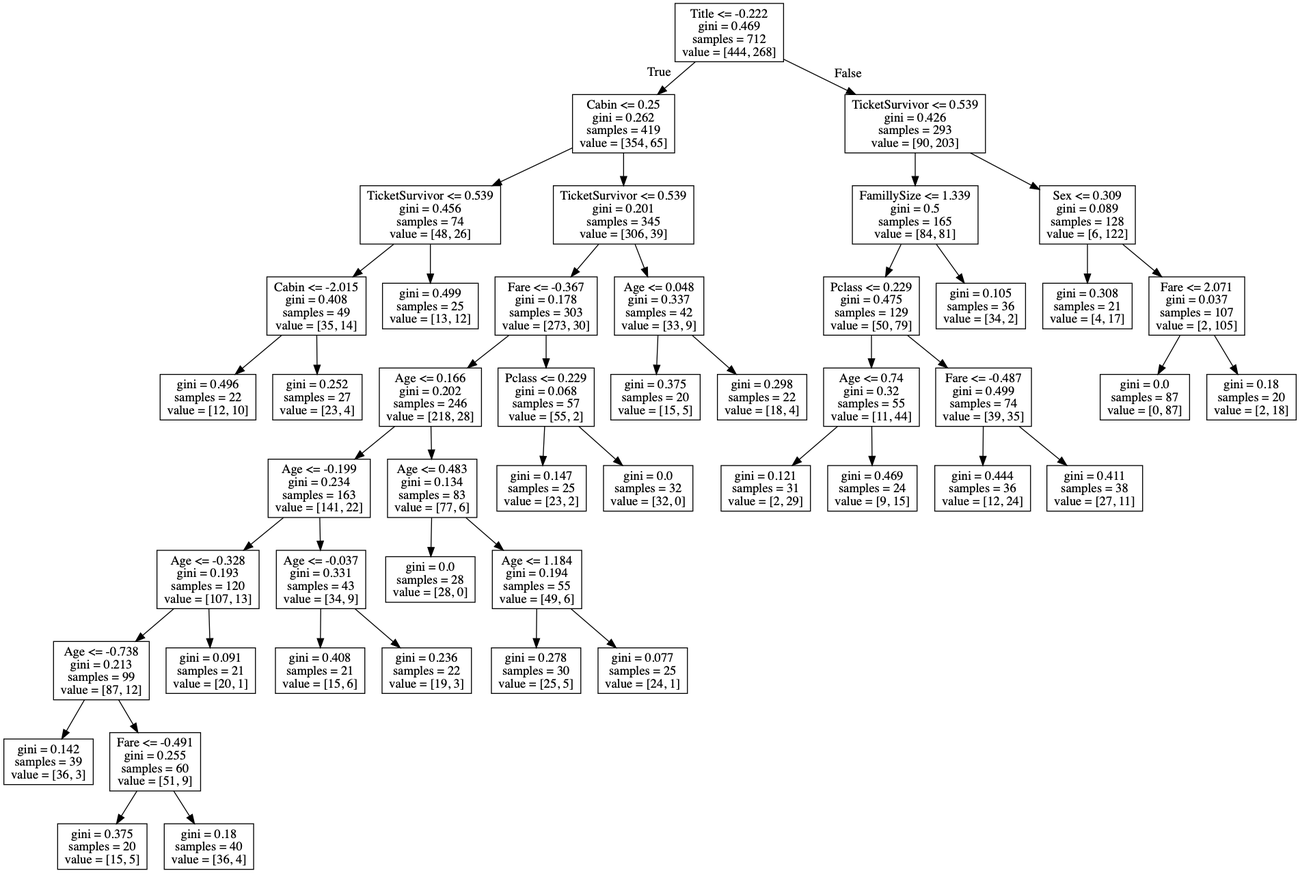
Before: titanic/dt.png, a diagram exported from Graphviz (nicohlr/kaggle). Its source is kept beside it as titanic/dt.dot.
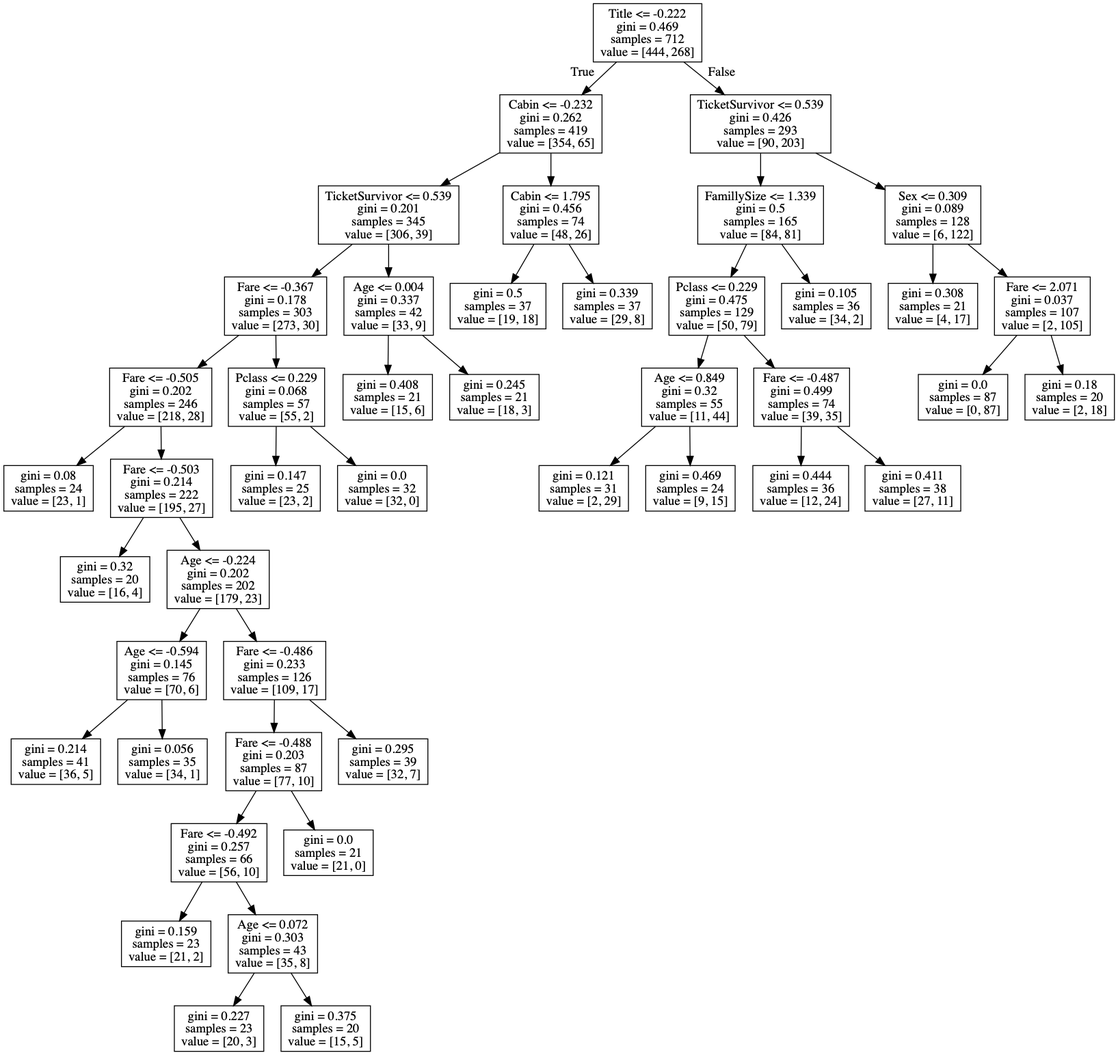
After the commit.

Change to the diagram source:
```diff
@@ -1,96 +1,92 @@
 digraph Tree {
 node [shape=box] ;
 0 [label="Title <= -0.222\ngini = 0.469\nsamples = 712\nvalue = [444, 268]"] ;
-1 [label="Cabin <= 0.25\ngini = 0.262\nsamples = 419\nvalue = [354, 65]"] ;
+1 [label="Cabin <= -0.232\ngini = 0.262\nsamples = 419\nvalue = [354, 65]"] ;
 0 -> 1 [labeldistance=2.5, labelangle=45, headlabel="True"] ;
-2 [label="TicketSurvivor <= 0.539\ngini = 0.456\nsamples = 74\nvalue = [48, 26]"] ;
+2 [label="TicketSurvivor <= 0.539\ngini = 0.201\nsamples = 345\nvalue = [306, 39]"] ;
 1 -> 2 ;
-3 [label="Cabin <= -2.015\ngini = 0.408\nsamples = 49\nvalue = [35, 14]"] ;
+3 [label="Fare <= -0.367\ngini = 0.178\nsamples = 303\nvalue = [273, 30]"] ;
 2 -> 3 ;
-4 [label="gini = 0.496\nsamples = 22\nvalue = [12, 10]"] ;
+4 [label="Fare <= -0.505\ngini = 0.202\nsamples = 246\nvalue = [218, 28]"] ;
 3 -> 4 ;
-5 [label="gini = 0.252\nsamples = 27\nvalue = [23, 4]"] ;
-3 -> 5 ;
-6 [label="gini = 0.499\nsamples = 25\nvalue = [13, 12]"] ;
-2 -> 6 ;
-7 [label="TicketSurvivor <= 0.539\ngini = 0.201\nsamples = 345\nvalue = [306, 39]"] ;
-1 -> 7 ;
-8 [label="Fare <= -0.367\ngini = 0.178\nsamples = 303\nvalue = [273, 30]"] ;
-7 -> 8 ;
-9 [label="Age <= 0.166\ngini = 0.202\nsamples = 246\nvalue = [218, 28]"] ;
+5 [label="gini = 0.08\nsamples = 24\nvalue = [23, 1]"] ;
+4 -> 5 ;
+6 [label="Fare <= -0.503\ngini = 0.214\nsamples = 222\nvalue = [195, 27]"] ;
+4 -> 6 ;
+7 [label="gini = 0.32\nsamples = 20\nvalue = [16, 4]"] ;
+6 -> 7 ;
+8 [label="Age <= -0.224\ngini = 0.202\nsamples = 202\nvalue = [179, 23]"] ;
+6 -> 8 ;
+9 [label="Age <= -0.594\ngini = 0.145\nsamples = 76\nvalue = [70, 6]"] ;
 8 -> 9 ;
-10 [label="Age <= -0.199\ngini = 0.234\nsamples = 163\nvalue = [141, 22]"] ;
+10 [label="gini = 0.214\nsamples = 41\nvalue = [36, 5]"] ;
 9 -> 10 ;
-11 [label="Age <= -0.328\ngini = 0.193\nsamples = 120\nvalue = [107, 13]"] ;
-10 -> 11 ;
-12 [label="Age <= -0.738\ngini = 0.213\nsamples = 99\nvalue = [87, 12]"] ;
-11 -> 12 ;
-13 [label="gini = 0.142\nsamples = 39\nvalue = [36, 3]"] ;
+11 [label="gini = 0.056\nsamples = 35\nvalue = [34, 1]"] ;
+9 -> 11 ;
+12 [label="Fare <= -0.486\ngini = 0.233\nsamples = 126\nvalue = [109, 17]"] ;
+8 -> 12 ;
+13 [label="Fare <= -0.488\ngini = 0.203\nsamples = 87\nvalue = [77, 10]"] ;
 12 -> 13 ;
-14 [label="Fare <= -0.491\ngini = 0.255\nsamples = 60\nvalue = [51, 9]"] ;
-12 -> 14 ;
-15 [label="gini = 0.375\nsamples = 20\nvalue = [15, 5]"] ;
+14 [label="Fare <= -0.492\ngini = 0.257\nsamples = 66\nvalue = [56, 10]"] ;
+13 -> 14 ;
+15 [label="gini = 0.159\nsamples = 23\nvalue = [21, 2]"] ;
 14 -> 15 ;
-16 [label="gini = 0.18\nsamples = 40\nvalue = [36, 4]"] ;
+16 [label="Age <= 0.072\ngini = 0.303\nsamples = 43\nvalue = [35, 8]"] ;
 14 -> 16 ;
-17 [label="gini = 0.091\nsamples = 21\nvalue = [20, 1]"] ;
-11 -> 17 ;
-18 [label="Age <= -0.037\ngini = 0.331\nsamples = 43\nvalue = [34, 9]"] ;
-10 -> 18 ;
-19 [label="gini = 0.408\nsamples = 21\nvalue = [15, 6]"] ;
-18 -> 19 ;
-20 [label="gini = 0.236\nsamples = 22\nvalue = [19, 3]"] ;
-18 -> 20 ;
-21 [label="Age <= 0.483\ngini = 0.134\nsamples = 83\nvalue = [77, 6]"] ;
-9 -> 21 ;
-22 [label="gini = 0.0\nsamples = 28\nvalue = [28, 0]"] ;
+17 [label="gini = 0.227\nsamples = 23\nvalue = [20, 3]"] ;
+16 -> 17 ;
+18 [label="gini = 0.375\nsamples = 20\nvalue = [15, 5]"] ;
+16 -> 18 ;
+19 [label="gini = 0.0\nsamples = 21\nvalue = [21, 0]"] ;
+13 -> 19 ;
+20 [label="gini = 0.295\nsamples = 39\nvalue = [32, 7]"] ;
+12 -> 20 ;
+21 [label="Pclass <= 0.229\ngini = 0.068\nsamples = 57\nvalue = [55, 2]"] ;
+3 -> 21 ;
+22 [label="gini = 0.147\nsamples = 25\nvalue = [23, 2]"] ;
 21 -> 22 ;
-23 [label="Age <= 1.184\ngini = 0.194\nsamples = 55\nvalue = [49, 6]"] ;
+23 [label="gini = 0.0\nsamples = 32\nvalue = [32, 0]"] ;
 21 -> 23 ;
-24 [label="gini = 0.278\nsamples = 30\nvalue = [25, 5]"] ;
-23 -> 24 ;
-25 [label="gini = 0.077\nsamples = 25\nvalue = [24, 1]"] ;
-23 -> 25 ;
-26 [label="Pclass <= 0.229\ngini = 0.068\nsamples = 57\nvalue = [55, 2]"] ;
-8 -> 26 ;
-27 [label="gini = 0.147\nsamples = 25\nvalue = [23, 2]"] ;
-26 -> 27 ;
-28 [label="gini = 0.0\nsamples = 32\nvalue = [32, 0]"] ;
-26 -> 28 ;
-29 [label="Age <= 0.048\ngini = 0.337\nsamples = 42\nvalue = [33, 9]"] ;
-7 -> 29 ;
-30 [label="gini = 0.375\nsamples = 20\nvalue = [15, 5]"] ;
-29 -> 30 ;
-31 [label="gini = 0.298\nsamples = 22\nvalue = [18, 4]"] ;
-29 -> 31 ;
-32 [label="TicketSurvivor <= 0.539\ngini = 0.426\nsamples = 293\nvalue = [90, 203]"] ;
-0 -> 32 [labeldistance=2.5, labelangle=-45, headlabel="False"] ;
-33 [label="FamillySize <= 1.339\ngini = 0.5\nsamples = 165\nvalue = [84, 81]"] ;
+24 [label="Age <= 0.004\ngini = 0.337\nsamples = 42\nvalue = [33, 9]"] ;
+2 -> 24 ;
+25 [label="gini = 0.408\nsamples = 21\nvalue = [15, 6]"] ;
+24 -> 25 ;
+26 [label="gini = 0.245\nsamples = 21\nvalue = [18, 3]"] ;
+24 -> 26 ;
+27 [label="Cabin <= 1.795\ngini = 0.456\nsamples = 74\nvalue = [48, 26]"] ;
+1 -> 27 ;
+28 [label="gini = 0.5\nsamples = 37\nvalue = [19, 18]"] ;
+27 -> 28 ;
+29 [label="gini = 0.339\nsamples = 37\nvalue = [29, 8]"] ;
+27 -> 29 ;
+30 [label="TicketSurvivor <= 0.539\ngini = 0.426\nsamples = 293\nvalue = [90, 203]"] ;
+0 -> 30 [labeldistance=2.5, labelangle=-45, headlabel="False"] ;
+31 [label="FamillySize <= 1.339\ngini = 0.5\nsamples = 165\nvalue = [84, 81]"] ;
+30 -> 31 ;
+32 [label="Pclass <= 0.229\ngini = 0.475\nsamples = 129\nvalue = [50, 79]"] ;
+31 -> 32 ;
+33 [label="Age <= 0.849\ngini = 0.32\nsamples = 55\nvalue = [11, 44]"] ;
 32 -> 33 ;
-34 [label="Pclass <= 0.229\ngini = 0.475\nsamples = 129\nvalue = [50, 79]"] ;
+34 [label="gini = 0.121\nsamples = 31\nvalue = [2, 29]"] ;
 33 -> 34 ;
-35 [label="Age <= 0.74\ngini = 0.32\nsamples = 55\nvalue = [11, 44]"] ;
-34 -> 35 ;
-36 [label="gini = 0.121\nsamples = 31\nvalue = [2, 29]"] ;
-35 -> 36 ;
-37 [label="gini = 0.469\nsamples = 24\nvalue = [9, 15]"] ;
-35 -> 37 ;
-38 [label="Fare <= -0.487\ngini = 0.499\nsamples = 74\nvalue = [39, 35]"] ;
-34 -> 38 ;
-39 [label="gini = 0.444\nsamples = 36\nvalue = [12, 24]"] ;
-38 -> 39 ;
-40 [label="gini = 0.411\nsamples = 38\nvalue = [27, 11]"] ;
-38 -> 40 ;
-41 [label="gini = 0.105\nsamples = 36\nvalue = [34, 2]"] ;
-33 -> 41 ;
-42 [label="Sex <= 0.309\ngini = 0.089\nsamples = 128\nvalue = [6, 122]"] ;
-32 -> 42 ;
-43 [label="gini = 0.308\nsamples = 21\nvalue = [4, 17]"] ;
+35 [label="gini = 0.469\nsamples = 24\nvalue = [9, 15]"] ;
+33 -> 35 ;
+36 [label="Fare <= -0.487\ngini = 0.499\nsamples = 74\nvalue = [39, 35]"] ;
+32 -> 36 ;
+37 [label="gini = 0.444\nsamples = 36\nvalue = [12, 24]"] ;
+36 -> 37 ;
+38 [label="gini = 0.411\nsamples = 38\nvalue = [27, 11]"] ;
+36 -> 38 ;
+39 [label="gini = 0.105\nsamples = 36\nvalue = [34, 2]"] ;
+31 -> 39 ;
+40 [label="Sex <= 0.309\ngini = 0.089\nsamples = 128\nvalue = [6, 122]"] ;
+30 -> 40 ;
+41 [label="gini = 0.308\nsamples = 21\nvalue = [4, 17]"] ;
+40 -> 41 ;
+42 [label="Fare <= 2.071\ngini = 0.037\nsamples = 107\nvalue = [2, 105]"] ;
+40 -> 42 ;
+43 [label="gini = 0.0\nsamples = 87\nvalue = [0, 87]"] ;
 42 -> 43 ;
-44 [label="Fare <= 2.071\ngini = 0.037\nsamples = 107\nvalue = [2, 105]"] ;
+44 [label="gini = 0.18\nsamples = 20\nvalue = [2, 18]"] ;
 42 -> 44 ;
-45 [label="gini = 0.0\nsamples = 87\nvalue = [0, 87]"] ;
-44 -> 45 ;
-46 [label="gini = 0.18\nsamples = 20\nvalue = [2, 18]"] ;
-44 -> 46 ;
 }
```
